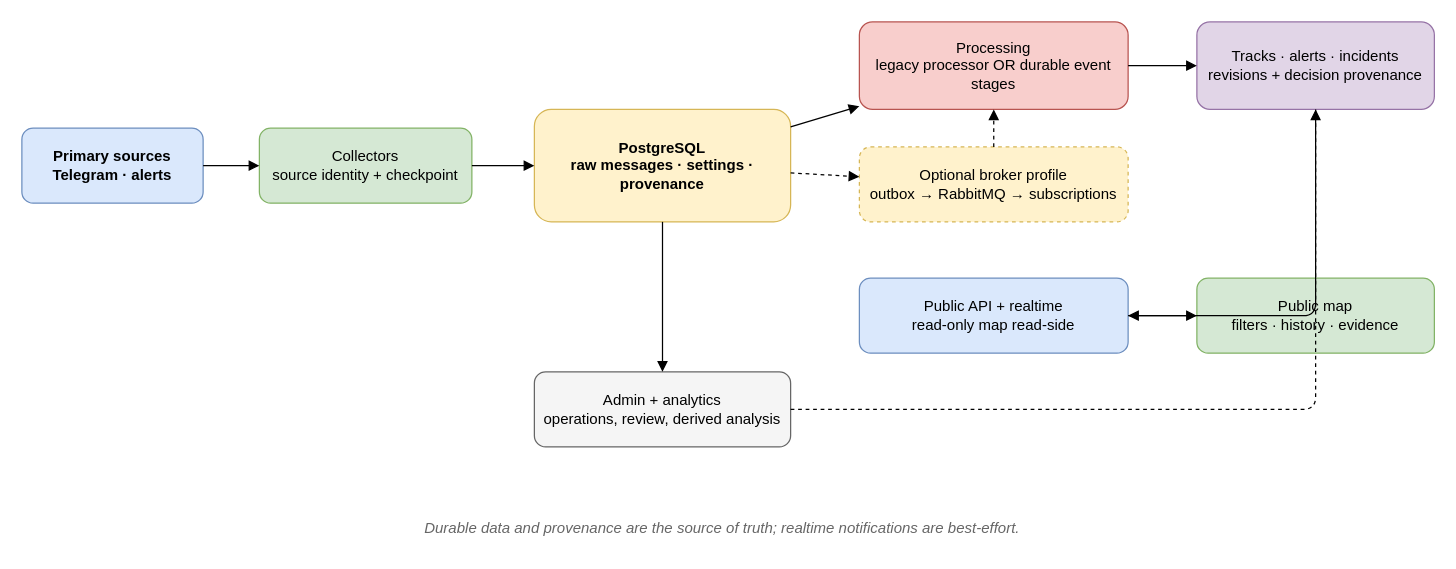
Before: docs/diagrams/system-overview.drawio in sql-monk/Puluj-g, a draw.io diagram. Source tidied: cells renumbered, new cells numbered last; positions are measured from the earlier drawing's top-left corner, leaving out a move shared by most shapes. Both pictures are drawn from the tidied source at 125%, with x=0, y=0 at pixel (21, 21).
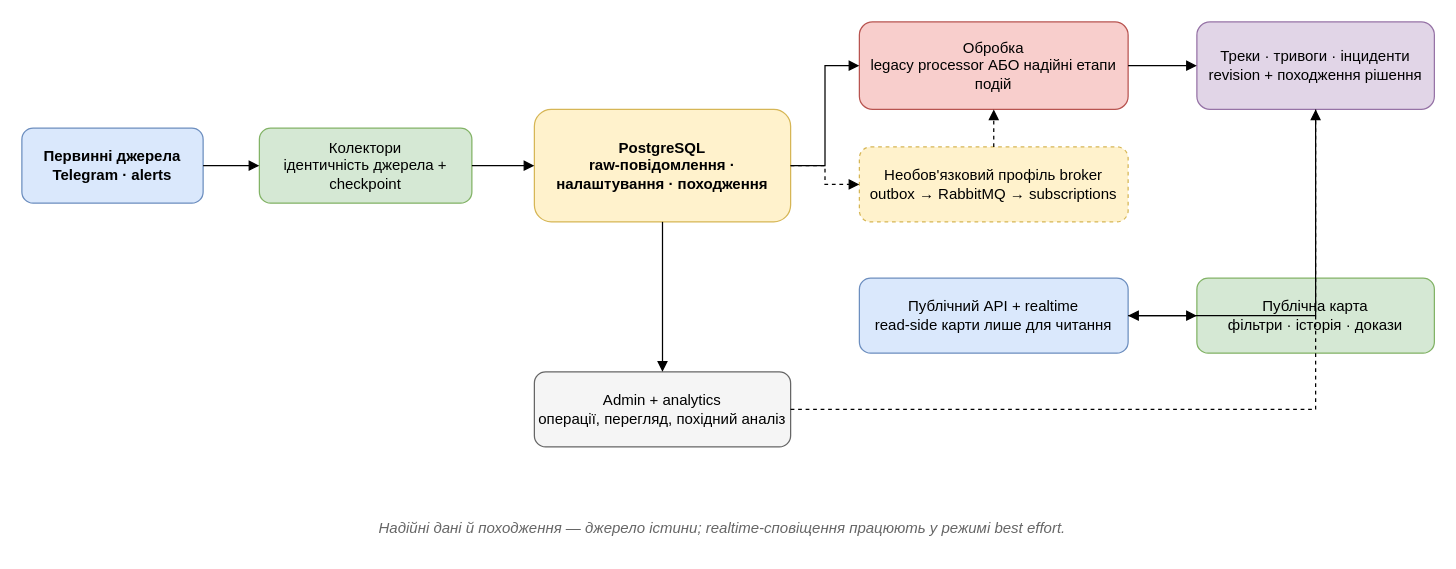
The same page after the edit.

The edit, as a diff of the source:
```diff
@@
-    <mxCell id="2" value="Primary sources&#10;Telegram · alerts" style="rounded=1;whiteSpace=wrap;html=1;fillColor=#dae8fc;strokeColor=#6c8ebf;fontStyle=1;" parent="1" vertex="1">
+    <mxCell id="2" value="Первинні джерела&#10;Telegram · alerts" style="rounded=1;whiteSpace=wrap;html=1;fillColor=#dae8fc;strokeColor=#6c8ebf;fontStyle=1;" parent="1" vertex="1">
       <mxGeometry y="85" width="145" height="60" as="geometry" />
     </mxCell>
-    <mxCell id="3" value="Collectors&#10;source identity + checkpoint" style="rounded=1;whiteSpace=wrap;html=1;fillColor=#d5e8d4;strokeColor=#82b366;" parent="1" vertex="1">
+    <mxCell id="3" value="Колектори&#10;ідентичність джерела + checkpoint" style="rounded=1;whiteSpace=wrap;html=1;fillColor=#d5e8d4;strokeColor=#82b366;" parent="1" vertex="1">
       <mxGeometry x="190" y="85" width="170" height="60" as="geometry" />
     </mxCell>
-    <mxCell id="4" value="PostgreSQL&#10;raw messages · settings · provenance" style="rounded=1;whiteSpace=wrap;html=1;fillColor=#fff2cc;strokeColor=#d6b656;fontStyle=1;" parent="1" vertex="1">
+    <mxCell id="4" value="PostgreSQL&#10;raw-повідомлення · налаштування · походження" style="rounded=1;whiteSpace=wrap;html=1;fillColor=#fff2cc;strokeColor=#d6b656;fontStyle=1;" parent="1" vertex="1">
       <mxGeometry x="410" y="70" width="205" height="90" as="geometry" />
     </mxCell>
-    <mxCell id="5" value="Processing&#10;legacy processor OR durable event stages" style="rounded=1;whiteSpace=wrap;html=1;fillColor=#f8cecc;strokeColor=#b85450;" parent="1" vertex="1">
+    <mxCell id="5" value="Обробка&#10;legacy processor АБО надійні етапи подій" style="rounded=1;whiteSpace=wrap;html=1;fillColor=#f8cecc;strokeColor=#b85450;" parent="1" vertex="1">
       <mxGeometry x="670" width="215" height="70" as="geometry" />
     </mxCell>
-    <mxCell id="6" value="Tracks · alerts · incidents&#10;revisions + decision provenance" style="rounded=1;whiteSpace=wrap;html=1;fillColor=#e1d5e7;strokeColor=#9673a6;" parent="1" vertex="1">
+    <mxCell id="6" value="Треки · тривоги · інциденти&#10;revision + походження рішення" style="rounded=1;whiteSpace=wrap;html=1;fillColor=#e1d5e7;strokeColor=#9673a6;" parent="1" vertex="1">
       <mxGeometry x="940" width="190" height="70" as="geometry" />
     </mxCell>
-    <mxCell id="7" value="Public API + realtime&#10;read-only map read-side" style="rounded=1;whiteSpace=wrap;html=1;fillColor=#dae8fc;strokeColor=#6c8ebf;" parent="1" vertex="1">
+    <mxCell id="7" value="Публічний API + realtime&#10;read-side карти лише для читання" style="rounded=1;whiteSpace=wrap;html=1;fillColor=#dae8fc;strokeColor=#6c8ebf;" parent="1" vertex="1">
       <mxGeometry x="670" y="205" width="215" height="60" as="geometry" />
     </mxCell>
-    <mxCell id="8" value="Public map&#10;filters · history · evidence" style="rounded=1;whiteSpace=wrap;html=1;fillColor=#d5e8d4;strokeColor=#82b366;" parent="1" vertex="1">
+    <mxCell id="8" value="Публічна карта&#10;фільтри · історія · докази" style="rounded=1;whiteSpace=wrap;html=1;fillColor=#d5e8d4;strokeColor=#82b366;" parent="1" vertex="1">
       <mxGeometry x="940" y="205" width="190" height="60" as="geometry" />
     </mxCell>
-    <mxCell id="9" value="Admin + analytics&#10;operations, review, derived analysis" style="rounded=1;whiteSpace=wrap;html=1;fillColor=#f5f5f5;strokeColor=#666666;" parent="1" vertex="1">
+    <mxCell id="9" value="Admin + analytics&#10;операції, перегляд, похідний аналіз" style="rounded=1;whiteSpace=wrap;html=1;fillColor=#f5f5f5;strokeColor=#666666;" parent="1" vertex="1">
       <mxGeometry x="410" y="280" width="205" height="60" as="geometry" />
     </mxCell>
-    <mxCell id="10" value="Optional broker profile&#10;outbox → RabbitMQ → subscriptions" style="rounded=1;whiteSpace=wrap;html=1;fillColor=#fff2cc;strokeColor=#d6b656;dashed=1;" parent="1" vertex="1">
+    <mxCell id="10" value="Необов'язковий профіль broker&#10;outbox → RabbitMQ → subscriptions" style="rounded=1;whiteSpace=wrap;html=1;fillColor=#fff2cc;strokeColor=#d6b656;dashed=1;" parent="1" vertex="1">
       <mxGeometry x="670" y="100" width="215" height="60" as="geometry" />
     </mxCell>
-    <mxCell id="11" value="Durable data and provenance are the source of truth; realtime notifications are best-effort." style="text;html=1;align=center;verticalAlign=middle;fontStyle=2;fontColor=#666666;" parent="1" vertex="1">
+    <mxCell id="11" value="Надійні дані й походження — джерело істини; realtime-сповіщення працюють у режимі best effort." style="text;html=1;align=center;verticalAlign=middle;fontStyle=2;fontColor=#666666;" parent="1" vertex="1">
       <mxGeometry x="285" y="390" width="550" height="30" as="geometry" />
     </mxCell>
-    <mxCell id="12" style="endArrow=block;html=1;" parent="1" edge="1" source="2" target="3">
+    <mxCell id="12" style="edgeStyle=orthogonalEdgeStyle;rounded=0;endArrow=block;html=1;" parent="1" edge="1" source="2" target="3">
       <mxGeometry relative="1" as="geometry" />
     </mxCell>
-    <mxCell id="13" style="endArrow=block;html=1;" parent="1" edge="1" source="3" target="4">
+    <mxCell id="13" style="edgeStyle=orthogonalEdgeStyle;rounded=0;endArrow=block;html=1;" parent="1" edge="1" source="3" target="4">
       <mxGeometry relative="1" as="geometry" />
     </mxCell>
-    <mxCell id="14" style="endArrow=block;html=1;" parent="1" edge="1" source="4" target="5">
+    <mxCell id="14" style="edgeStyle=orthogonalEdgeStyle;rounded=0;endArrow=block;html=1;" parent="1" edge="1" source="4" target="5">
       <mxGeometry relative="1" as="geometry" />
     </mxCell>
-    <mxCell id="15" style="endArrow=block;html=1;" parent="1" edge="1" source="5" target="6">
+    <mxCell id="15" style="edgeStyle=orthogonalEdgeStyle;rounded=0;endArrow=block;html=1;" parent="1" edge="1" source="5" target="6">
       <mxGeometry relative="1" as="geometry" />
     </mxCell>
-    <mxCell id="16" style="endArrow=block;html=1;" parent="1" edge="1" source="6" target="7">
+    <mxCell id="16" style="edgeStyle=orthogonalEdgeStyle;rounded=0;endArrow=block;html=1;" parent="1" edge="1" source="6" target="7">
       <mxGeometry relative="1" as="geometry">
         <Array as="points">
           <mxPoint x="1035" y="235" />
         </Array>
       </mxGeometry>
     </mxCell>
-    <mxCell id="17" style="endArrow=block;html=1;" parent="1" edge="1" source="7" target="8">
+    <mxCell id="17" style="edgeStyle=orthogonalEdgeStyle;rounded=0;endArrow=block;html=1;" parent="1" edge="1" source="7" target="8">
       <mxGeometry relative="1" as="geometry" />
     </mxCell>
-    <mxCell id="18" style="endArrow=block;html=1;" parent="1" edge="1" source="4" target="9">
+    <mxCell id="18" style="edgeStyle=orthogonalEdgeStyle;rounded=0;endArrow=block;html=1;" parent="1" edge="1" source="4" target="9">
       <mxGeometry relative="1" as="geometry" />
     </mxCell>
-    <mxCell id="19" style="endArrow=block;html=1;dashed=1;" parent="1" edge="1" source="4" target="10">
+    <mxCell id="19" style="edgeStyle=orthogonalEdgeStyle;rounded=0;endArrow=block;html=1;dashed=1;" parent="1" edge="1" source="4" target="10">
       <mxGeometry relative="1" as="geometry" />
     </mxCell>
-    <mxCell id="20" style="endArrow=block;html=1;dashed=1;" parent="1" edge="1" source="10" target="5">
+    <mxCell id="20" style="edgeStyle=orthogonalEdgeStyle;rounded=0;endArrow=block;html=1;dashed=1;" parent="1" edge="1" source="10" target="5">
       <mxGeometry relative="1" as="geometry" />
     </mxCell>
-    <mxCell id="21" style="endArrow=block;html=1;dashed=1;" parent="1" edge="1" source="9" target="6">
+    <mxCell id="21" style="edgeStyle=orthogonalEdgeStyle;rounded=0;endArrow=block;html=1;dashed=1;" parent="1" edge="1" source="9" target="6">
       <mxGeometry relative="1" as="geometry">
         <Array as="points">
           <mxPoint x="710" y="310" />
           <mxPoint x="1035" y="310" />
         </Array>
       </mxGeometry>
     </mxCell>
```
